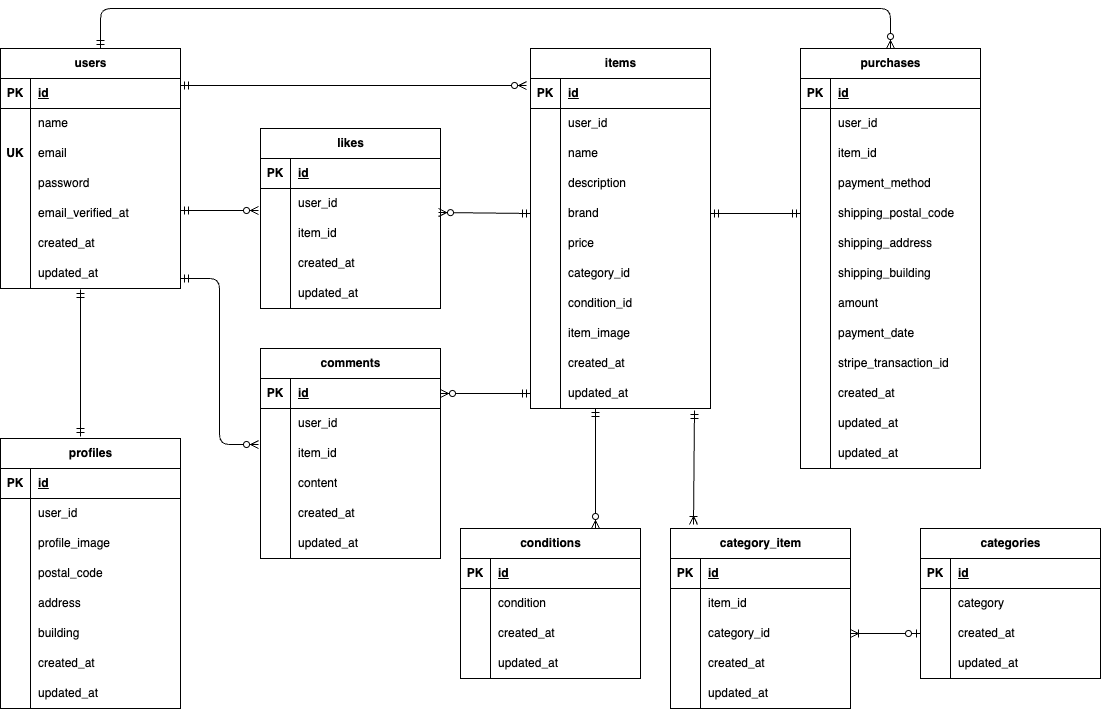
kvujic/flea-market-app keeps this draw.io diagram as src/er.drawio.png. Above is the earlier version. Source tidied: cells renumbered, new cells last; positions are measured from the earlier drawing's top-left corner, leaving out a move shared by most shapes.
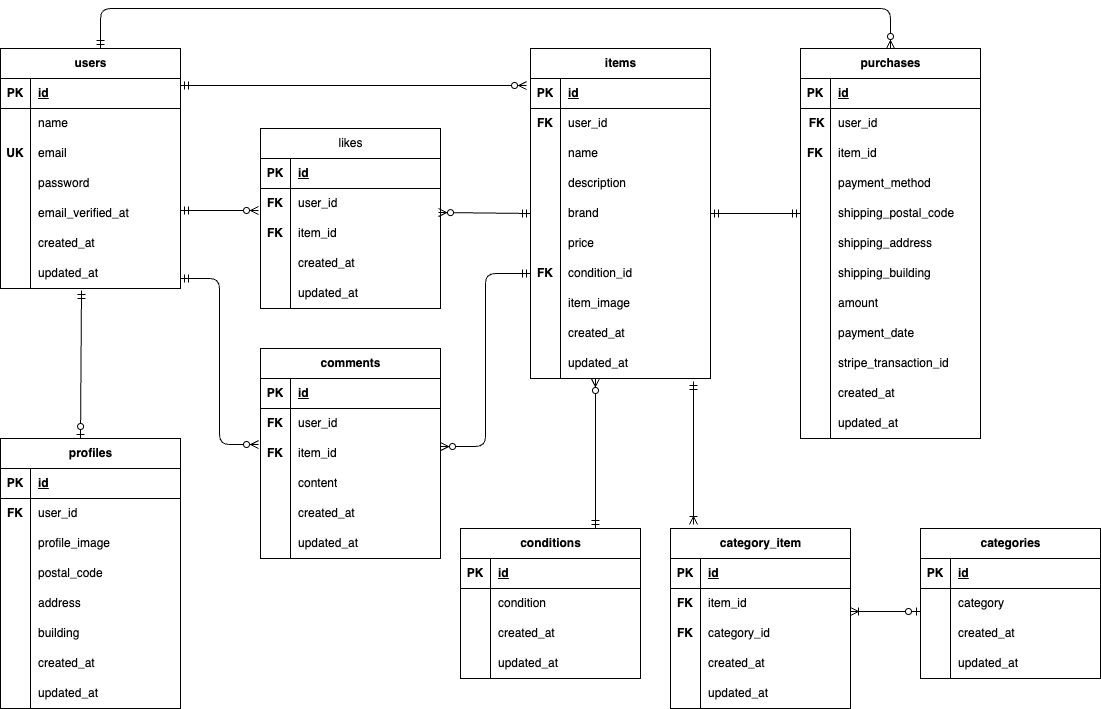
The same file after the commit.

What changed in the source:
```diff
@@ -83,7 +83,7 @@
     <mxCell id="28" style="shape=tableRow;horizontal=0;startSize=0;swimlaneHead=0;swimlaneBody=0;fillColor=none;top=0;left=0;right=0;bottom=0;" parent="24" vertex="1">
       <mxGeometry y="60" width="180" height="30" as="geometry" />
     </mxCell>
-    <mxCell id="29" style="shape=partialRectangle;fillColor=none;top=0;left=0;bottom=0;right=0;overflow=hidden;whiteSpace=wrap;html=1;" parent="28" vertex="1">
+    <mxCell id="29" value="FK" style="shape=partialRectangle;fillColor=none;top=0;left=0;bottom=0;right=0;overflow=hidden;whiteSpace=wrap;html=1;fontStyle=1;" parent="28" vertex="1">
       <mxGeometry width="30" height="30" as="geometry" />
     </mxCell>
     <mxCell id="30" value="user_id" style="shape=partialRectangle;fillColor=none;top=0;left=0;bottom=0;right=0;align=left;spacingLeft=6;overflow=hidden;whiteSpace=wrap;html=1;" parent="28" vertex="1">
@@ -144,7 +144,7 @@
       <mxGeometry x="30" width="150" height="30" as="geometry" />
     </mxCell>
     <mxCell id="49" value="items" style="shape=table;startSize=30;rowLines=0;fontStyle=1;align=center;html=1;" parent="1" vertex="1">
-      <mxGeometry x="530" y="40" width="180" height="360" as="geometry" />
+      <mxGeometry x="530" y="40" width="180" height="330" as="geometry" />
     </mxCell>
     <mxCell id="50" style="shape=tableRow;horizontal=0;startSize=0;swimlaneHead=0;swimlaneBody=0;fillColor=none;points=[[0,0.5],[1,0.5]];portConstraint=eastwest;top=0;left=0;right=0;bottom=1;" parent="49" vertex="1">
       <mxGeometry y="30" width="180" height="30" as="geometry" />
@@ -158,7 +158,7 @@
     <mxCell id="53" style="shape=tableRow;horizontal=0;startSize=0;swimlaneHead=0;swimlaneBody=0;fillColor=none;top=0;left=0;right=0;bottom=0;" parent="49" vertex="1">
       <mxGeometry y="60" width="180" height="30" as="geometry" />
     </mxCell>
-    <mxCell id="54" style="shape=partialRectangle;fillColor=none;top=0;left=0;bottom=0;right=0;overflow=hidden;whiteSpace=wrap;html=1;" parent="53" vertex="1">
+    <mxCell id="54" value="&lt;b&gt;FK&lt;/b&gt;" style="shape=partialRectangle;fillColor=none;top=0;left=0;bottom=0;right=0;overflow=hidden;whiteSpace=wrap;html=1;" parent="53" vertex="1">
       <mxGeometry width="30" height="30" as="geometry" />
     </mxCell>
     <mxCell id="55" value="user_id" style="shape=partialRectangle;fillColor=none;top=0;left=0;bottom=0;right=0;align=left;spacingLeft=6;overflow=hidden;whiteSpace=wrap;html=1;" parent="53" vertex="1">
@@ -200,26 +200,17 @@
     <mxCell id="67" value="price" style="shape=partialRectangle;fillColor=none;top=0;left=0;bottom=0;right=0;align=left;spacingLeft=6;overflow=hidden;whiteSpace=wrap;html=1;" parent="65" vertex="1">
       <mxGeometry x="30" width="150" height="30" as="geometry" />
     </mxCell>
-    <mxCell id="68" style="shape=tableRow;horizontal=0;startSize=0;swimlaneHead=0;swimlaneBody=0;fillColor=none;points=[[0,0.5],[1,0.5]];portConstraint=eastwest;top=0;left=0;right=0;bottom=0;" parent="49" vertex="1">
-      <mxGeometry y="210" width="180" height="30" as="geometry" />
-    </mxCell>
-    <mxCell id="69" style="shape=partialRectangle;fillColor=none;top=0;left=0;bottom=0;right=0;overflow=hidden;whiteSpace=wrap;html=1;" parent="68" vertex="1">
-      <mxGeometry width="30" height="30" as="geometry" />
-    </mxCell>
-    <mxCell id="70" value="category_id" style="shape=partialRectangle;fillColor=none;top=0;left=0;bottom=0;right=0;align=left;spacingLeft=6;overflow=hidden;whiteSpace=wrap;html=1;" parent="68" vertex="1">
-      <mxGeometry x="30" width="150" height="30" as="geometry" />
-    </mxCell>
     <mxCell id="71" style="shape=tableRow;horizontal=0;startSize=0;swimlaneHead=0;swimlaneBody=0;fillColor=none;points=[[0,0.5],[1,0.5]];portConstraint=eastwest;top=0;left=0;right=0;bottom=0;" parent="49" vertex="1">
-      <mxGeometry y="240" width="180" height="30" as="geometry" />
+      <mxGeometry y="210" width="180" height="30" as="geometry" />
     </mxCell>
-    <mxCell id="72" style="shape=partialRectangle;fillColor=none;top=0;left=0;bottom=0;right=0;overflow=hidden;whiteSpace=wrap;html=1;" parent="71" vertex="1">
+    <mxCell id="72" value="FK" style="shape=partialRectangle;fillColor=none;top=0;left=0;bottom=0;right=0;overflow=hidden;whiteSpace=wrap;html=1;fontStyle=1;" parent="71" vertex="1">
       <mxGeometry width="30" height="30" as="geometry" />
     </mxCell>
     <mxCell id="73" value="condition_id" style="shape=partialRectangle;fillColor=none;top=0;left=0;bottom=0;right=0;align=left;spacingLeft=6;overflow=hidden;whiteSpace=wrap;html=1;" parent="71" vertex="1">
       <mxGeometry x="30" width="150" height="30" as="geometry" />
     </mxCell>
     <mxCell id="74" style="shape=tableRow;horizontal=0;startSize=0;swimlaneHead=0;swimlaneBody=0;fillColor=none;top=0;left=0;right=0;bottom=0;" parent="49" vertex="1">
-      <mxGeometry y="270" width="180" height="30" as="geometry" />
+      <mxGeometry y="240" width="180" height="30" as="geometry" />
     </mxCell>
     <mxCell id="75" style="shape=partialRectangle;fillColor=none;top=0;left=0;bottom=0;right=0;overflow=hidden;whiteSpace=wrap;html=1;" parent="74" vertex="1">
       <mxGeometry width="30" height="30" as="geometry" />
@@ -228,7 +219,7 @@
       <mxGeometry x="30" width="150" height="30" as="geometry" />
     </mxCell>
     <mxCell id="77" style="shape=tableRow;horizontal=0;startSize=0;swimlaneHead=0;swimlaneBody=0;fillColor=none;top=0;left=0;right=0;bottom=0;" parent="49" vertex="1">
-      <mxGeometry y="300" width="180" height="30" as="geometry" />
+      <mxGeometry y="270" width="180" height="30" as="geometry" />
     </mxCell>
     <mxCell id="78" style="shape=partialRectangle;fillColor=none;top=0;left=0;bottom=0;right=0;overflow=hidden;whiteSpace=wrap;html=1;" parent="77" vertex="1">
       <mxGeometry width="30" height="30" as="geometry" />
@@ -237,7 +228,7 @@
       <mxGeometry x="30" width="150" height="30" as="geometry" />
     </mxCell>
     <mxCell id="80" style="shape=tableRow;horizontal=0;startSize=0;swimlaneHead=0;swimlaneBody=0;fillColor=none;points=[[0,0.5],[1,0.5]];portConstraint=eastwest;top=0;left=0;right=0;bottom=0;" parent="49" vertex="1">
-      <mxGeometry y="330" width="180" height="30" as="geometry" />
+      <mxGeometry y="300" width="180" height="30" as="geometry" />
     </mxCell>
     <mxCell id="81" style="shape=partialRectangle;fillColor=none;top=0;left=0;bottom=0;right=0;overflow=hidden;whiteSpace=wrap;html=1;" parent="80" vertex="1">
       <mxGeometry width="30" height="30" as="geometry" />
@@ -284,7 +275,7 @@
     <mxCell id="95" value="updated_at" style="shape=partialRectangle;fillColor=none;top=0;left=0;bottom=0;right=0;align=left;spacingLeft=6;overflow=hidden;whiteSpace=wrap;html=1;" parent="93" vertex="1">
       <mxGeometry x="30" width="150" height="30" as="geometry" />
     </mxCell>
-    <mxCell id="96" value="likes" style="shape=table;startSize=30;rowLines=0;fontStyle=1;align=center;html=1;" parent="1" vertex="1">
+    <mxCell id="96" value="likes" style="shape=table;startSize=30;rowLines=0;fontStyle=0;align=center;html=1;" parent="1" vertex="1">
       <mxGeometry x="260" y="120" width="180" height="180" as="geometry" />
     </mxCell>
     <mxCell id="97" style="shape=tableRow;horizontal=0;startSize=0;swimlaneHead=0;swimlaneBody=0;fillColor=none;top=0;left=0;right=0;bottom=1;" parent="96" vertex="1">
@@ -299,7 +290,7 @@
     <mxCell id="100" style="shape=tableRow;horizontal=0;startSize=0;swimlaneHead=0;swimlaneBody=0;fillColor=none;points=[[0,0.5],[1,0.5]];portConstraint=eastwest;top=0;left=0;right=0;bottom=0;" parent="96" vertex="1">
       <mxGeometry y="60" width="180" height="30" as="geometry" />
     </mxCell>
-    <mxCell id="101" style="shape=partialRectangle;fillColor=none;top=0;left=0;bottom=0;right=0;overflow=hidden;whiteSpace=wrap;html=1;" parent="100" vertex="1">
+    <mxCell id="101" value="FK" style="shape=partialRectangle;fillColor=none;top=0;left=0;bottom=0;right=0;overflow=hidden;whiteSpace=wrap;html=1;fontStyle=1;" parent="100" vertex="1">
       <mxGeometry width="30" height="30" as="geometry" />
     </mxCell>
     <mxCell id="102" value="user_id" style="shape=partialRectangle;fillColor=none;top=0;left=0;bottom=0;right=0;align=left;spacingLeft=6;overflow=hidden;whiteSpace=wrap;html=1;" parent="100" vertex="1">
@@ -308,7 +299,7 @@
     <mxCell id="103" style="shape=tableRow;horizontal=0;startSize=0;swimlaneHead=0;swimlaneBody=0;fillColor=none;top=0;left=0;right=0;bottom=0;" parent="96" vertex="1">
       <mxGeometry y="90" width="180" height="30" as="geometry" />
     </mxCell>
-    <mxCell id="104" style="shape=partialRectangle;fillColor=none;top=0;left=0;bottom=0;right=0;overflow=hidden;whiteSpace=wrap;html=1;" parent="103" vertex="1">
+    <mxCell id="104" value="FK" style="shape=partialRectangle;fillColor=none;top=0;left=0;bottom=0;right=0;overflow=hidden;whiteSpace=wrap;html=1;fontStyle=1;" parent="103" vertex="1">
       <mxGeometry width="30" height="30" as="geometry" />
     </mxCell>
     <mxCell id="105" value="item_id" style="shape=partialRectangle;fillColor=none;top=0;left=0;bottom=0;right=0;align=left;spacingLeft=6;overflow=hidden;whiteSpace=wrap;html=1;" parent="103" vertex="1">
@@ -332,8 +323,10 @@
     <mxCell id="111" value="updated_at" style="shape=partialRectangle;fillColor=none;top=0;left=0;bottom=0;right=0;align=left;spacingLeft=6;overflow=hidden;whiteSpace=wrap;html=1;" parent="109" vertex="1">
       <mxGeometry x="30" width="150" height="30" as="geometry" />
     </mxCell>
-    <mxCell id="112" style="edgeStyle=none;html=1;" parent="1" edge="1" source="65" target="68">
-      <mxGeometry relative="1" as="geometry" />
+    <mxCell id="112" style="edgeStyle=none;html=1;" parent="1" edge="1" source="65">
+      <mxGeometry relative="1" as="geometry">
+        <mxPoint x="620" y="250" as="targetPoint" />
+      </mxGeometry>
     </mxCell>
     <mxCell id="113" value="comments" style="shape=table;startSize=30;rowLines=0;fontStyle=1;align=center;html=1;" parent="1" vertex="1">
       <mxGeometry x="260" y="340" width="180" height="210" as="geometry" />
@@ -350,7 +343,7 @@
     <mxCell id="117" style="shape=tableRow;horizontal=0;startSize=0;swimlaneHead=0;swimlaneBody=0;fillColor=none;top=0;left=0;right=0;bottom=0;" parent="113" vertex="1">
       <mxGeometry y="60" width="180" height="30" as="geometry" />
     </mxCell>
-    <mxCell id="118" style="shape=partialRectangle;fillColor=none;top=0;left=0;bottom=0;right=0;overflow=hidden;whiteSpace=wrap;html=1;" parent="117" vertex="1">
+    <mxCell id="118" value="FK" style="shape=partialRectangle;fillColor=none;top=0;left=0;bottom=0;right=0;overflow=hidden;whiteSpace=wrap;html=1;fontStyle=1;" parent="117" vertex="1">
       <mxGeometry width="30" height="30" as="geometry" />
     </mxCell>
     <mxCell id="119" value="user_id" style="shape=partialRectangle;fillColor=none;top=0;left=0;bottom=0;right=0;align=left;spacingLeft=6;overflow=hidden;whiteSpace=wrap;html=1;" parent="117" vertex="1">
@@ -359,7 +352,7 @@
     <mxCell id="120" style="shape=tableRow;horizontal=0;startSize=0;swimlaneHead=0;swimlaneBody=0;fillColor=none;points=[[0,0.5],[1,0.5]];portConstraint=eastwest;top=0;left=0;right=0;bottom=0;" parent="113" vertex="1">
       <mxGeometry y="90" width="180" height="30" as="geometry" />
     </mxCell>
-    <mxCell id="121" style="shape=partialRectangle;fillColor=none;top=0;left=0;bottom=0;right=0;overflow=hidden;whiteSpace=wrap;html=1;" parent="120" vertex="1">
+    <mxCell id="121" value="FK" style="shape=partialRectangle;fillColor=none;top=0;left=0;bottom=0;right=0;overflow=hidden;whiteSpace=wrap;html=1;fontStyle=1;" parent="120" vertex="1">
       <mxGeometry width="30" height="30" as="geometry" />
     </mxCell>
     <mxCell id="122" value="item_id" style="shape=partialRectangle;fillColor=none;top=0;left=0;bottom=0;right=0;align=left;spacingLeft=6;overflow=hidden;whiteSpace=wrap;html=1;" parent="120" vertex="1">
@@ -446,7 +439,7 @@
     <mxCell id="149" style="shape=tableRow;horizontal=0;startSize=0;swimlaneHead=0;swimlaneBody=0;fillColor=none;top=0;left=0;right=0;bottom=0;" parent="145" vertex="1">
       <mxGeometry y="60" width="180" height="30" as="geometry" />
     </mxCell>
-    <mxCell id="150" style="shape=partialRectangle;fillColor=none;top=0;left=0;bottom=0;right=0;overflow=hidden;whiteSpace=wrap;html=1;" parent="149" vertex="1">
+    <mxCell id="150" value="FK" style="shape=partialRectangle;fillColor=none;top=0;left=0;bottom=0;right=0;overflow=hidden;whiteSpace=wrap;html=1;fontStyle=1;" parent="149" vertex="1">
       <mxGeometry width="30" height="30" as="geometry" />
     </mxCell>
     <mxCell id="151" value="item_id" style="shape=partialRectangle;fillColor=none;top=0;left=0;bottom=0;right=0;align=left;spacingLeft=6;overflow=hidden;whiteSpace=wrap;html=1;" parent="149" vertex="1">
@@ -455,7 +448,7 @@
     <mxCell id="152" style="shape=tableRow;horizontal=0;startSize=0;swimlaneHead=0;swimlaneBody=0;fillColor=none;points=[[0,0.5],[1,0.5]];portConstraint=eastwest;top=0;left=0;right=0;bottom=0;" parent="145" vertex="1">
       <mxGeometry y="90" width="180" height="30" as="geometry" />
     </mxCell>
-    <mxCell id="153" style="shape=partialRectangle;fillColor=none;top=0;left=0;bottom=0;right=0;overflow=hidden;whiteSpace=wrap;html=1;" parent="152" vertex="1">
+    <mxCell id="153" value="FK" style="shape=partialRectangle;fillColor=none;top=0;left=0;bottom=0;right=0;overflow=hidden;whiteSpace=wrap;html=1;fontStyle=1;" parent="152" vertex="1">
       <mxGeometry width="30" height="30" as="geometry" />
     </mxCell>
     <mxCell id="154" value="category_id" style="shape=partialRectangle;fillColor=none;top=0;left=0;bottom=0;right=0;align=left;spacingLeft=6;overflow=hidden;whiteSpace=wrap;html=1;" parent="152" vertex="1">
@@ -480,7 +473,7 @@
       <mxGeometry x="30" width="150" height="30" as="geometry" />
     </mxCell>
     <mxCell id="161" value="purchases" style="shape=table;startSize=30;rowLines=0;fontStyle=1;align=center;html=1;" parent="1" vertex="1">
-      <mxGeometry x="800" y="40" width="180" height="420" as="geometry" />
+      <mxGeometry x="800" y="40" width="180" height="390" as="geometry" />
     </mxCell>
     <mxCell id="162" style="shape=tableRow;horizontal=0;startSize=0;swimlaneHead=0;swimlaneBody=0;fillColor=none;top=0;left=0;right=0;bottom=1;" parent="161" vertex="1">
       <mxGeometry y="30" width="180" height="30" as="geometry" />
@@ -494,7 +487,7 @@
     <mxCell id="165" style="shape=tableRow;horizontal=0;startSize=0;swimlaneHead=0;swimlaneBody=0;fillColor=none;top=0;left=0;right=0;bottom=0;" parent="161" vertex="1">
       <mxGeometry y="60" width="180" height="30" as="geometry" />
     </mxCell>
-    <mxCell id="166" style="shape=partialRectangle;fillColor=none;top=0;left=0;bottom=0;right=0;overflow=hidden;whiteSpace=wrap;html=1;" parent="165" vertex="1">
+    <mxCell id="166" value="&amp;nbsp;FK" style="shape=partialRectangle;fillColor=none;top=0;left=0;bottom=0;right=0;overflow=hidden;whiteSpace=wrap;html=1;fontStyle=1;" parent="165" vertex="1">
       <mxGeometry width="30" height="30" as="geometry" />
     </mxCell>
     <mxCell id="167" value="user_id" style="shape=partialRectangle;fillColor=none;top=0;left=0;bottom=0;right=0;align=left;spacingLeft=6;overflow=hidden;whiteSpace=wrap;html=1;" parent="165" vertex="1">
@@ -503,7 +496,7 @@
     <mxCell id="168" style="shape=tableRow;horizontal=0;startSize=0;swimlaneHead=0;swimlaneBody=0;fillColor=none;top=0;left=0;right=0;bottom=0;" parent="161" vertex="1">
       <mxGeometry y="90" width="180" height="30" as="geometry" />
     </mxCell>
-    <mxCell id="169" style="shape=partialRectangle;fillColor=none;top=0;left=0;bottom=0;right=0;overflow=hidden;whiteSpace=wrap;html=1;" parent="168" vertex="1">
+    <mxCell id="169" value="FK" style="shape=partialRectangle;fillColor=none;top=0;left=0;bottom=0;right=0;overflow=hidden;whiteSpace=wrap;html=1;fontStyle=1;" parent="168" vertex="1">
       <mxGeometry width="30" height="30" as="geometry" />
     </mxCell>
     <mxCell id="170" value="item_id" style="shape=partialRectangle;fillColor=none;top=0;left=0;bottom=0;right=0;align=left;spacingLeft=6;overflow=hidden;whiteSpace=wrap;html=1;" parent="168" vertex="1">
@@ -590,29 +583,15 @@
     <mxCell id="197" value="updated_at" style="shape=partialRectangle;fillColor=none;top=0;left=0;bottom=0;right=0;align=left;spacingLeft=6;overflow=hidden;whiteSpace=wrap;html=1;" parent="195" vertex="1">
       <mxGeometry x="30" width="150" height="30" as="geometry" />
     </mxCell>
-    <mxCell id="198" style="shape=tableRow;horizontal=0;startSize=0;swimlaneHead=0;swimlaneBody=0;fillColor=none;top=0;left=0;right=0;bottom=0;" parent="161" vertex="1">
-      <mxGeometry y="390" width="180" height="30" as="geometry" />
-    </mxCell>
-    <mxCell id="199" style="shape=partialRectangle;fillColor=none;top=0;left=0;bottom=0;right=0;overflow=hidden;whiteSpace=wrap;html=1;" parent="198" vertex="1">
-      <mxGeometry width="30" height="30" as="geometry" />
-    </mxCell>
-    <mxCell id="200" value="updated_at" style="shape=partialRectangle;fillColor=none;top=0;left=0;bottom=0;right=0;align=left;spacingLeft=6;overflow=hidden;whiteSpace=wrap;html=1;" parent="198" vertex="1">
-      <mxGeometry x="30" width="150" height="30" as="geometry" />
-    </mxCell>
     <mxCell id="201" style="edgeStyle=entityRelationEdgeStyle;fontSize=12;html=1;endArrow=ERzeroToMany;startArrow=ERmandOne;exitX=1;exitY=0.233;exitDx=0;exitDy=0;exitPerimeter=0;entryX=-0.022;entryY=0.233;entryDx=0;entryDy=0;entryPerimeter=0;" parent="1" edge="1" source="3" target="50">
       <mxGeometry relative="1" as="geometry" />
     </mxCell>
-    <mxCell id="202" style="fontSize=12;html=1;endArrow=ERzeroToMany;startArrow=ERmandOne;exitX=0;exitY=0.5;exitDx=0;exitDy=0;entryX=1;entryY=0.5;entryDx=0;entryDy=0;" parent="1" edge="1" source="80" target="114">
+    <mxCell id="202" style="fontSize=12;html=1;endArrow=ERzeroToMany;startArrow=ERmandOne;exitX=0;exitY=0.5;exitDx=0;exitDy=0;entryX=1;entryY=0.267;entryDx=0;entryDy=0;edgeStyle=orthogonalEdgeStyle;entryPerimeter=0;" parent="1" edge="1" source="71" target="120">
       <mxGeometry relative="1" as="geometry" />
     </mxCell>
     <mxCell id="203" style="fontSize=12;html=1;endArrow=ERzeroToMany;startArrow=ERmandOne;exitX=0;exitY=0.5;exitDx=0;exitDy=0;entryX=0.989;entryY=0.8;entryDx=0;entryDy=0;entryPerimeter=0;" parent="1" edge="1" source="62" target="100">
       <mxGeometry relative="1" as="geometry" />
     </mxCell>
-    <mxCell id="204" style="fontSize=12;html=1;endArrow=ERmandOne;startArrow=ERmandOne;exitX=0.444;exitY=-0.007;exitDx=0;exitDy=0;exitPerimeter=0;" parent="1" edge="1" source="24">
-      <mxGeometry relative="1" as="geometry">
-        <mxPoint x="80" y="281" as="targetPoint" />
-      </mxGeometry>
-    </mxCell>
     <mxCell id="205" style="fontSize=12;html=1;endArrow=ERzeroToMany;startArrow=ERmandOne;entryX=-0.011;entryY=0.733;entryDx=0;entryDy=0;entryPerimeter=0;" parent="1" edge="1" target="100">
       <mxGeometry relative="1" as="geometry">
         <mxPoint x="180" y="202" as="sourcePoint" />
@@ -630,19 +609,27 @@
         </Array>
       </mxGeometry>
     </mxCell>
-    <mxCell id="208" style="fontSize=12;html=1;endArrow=ERoneToMany;startArrow=ERmandOne;exitX=0.911;exitY=1.067;exitDx=0;exitDy=0;exitPerimeter=0;" parent="1" edge="1" source="80">
+    <mxCell id="208" style="fontSize=12;html=1;endArrow=ERoneToMany;startArrow=ERmandOne;exitX=0.911;exitY=1.067;exitDx=0;exitDy=0;exitPerimeter=0;" parent="1" edge="1">
       <mxGeometry relative="1" as="geometry">
+        <mxPoint x="693" y="373" as="sourcePoint" />
         <mxPoint x="693" y="516" as="targetPoint" />
       </mxGeometry>
     </mxCell>
     <mxCell id="209" style="fontSize=12;html=1;endArrow=ERmandOne;startArrow=ERmandOne;entryX=0;entryY=0.5;entryDx=0;entryDy=0;exitX=1;exitY=0.5;exitDx=0;exitDy=0;" parent="1" edge="1" source="62" target="174">
       <mxGeometry relative="1" as="geometry" />
     </mxCell>
-    <mxCell id="210" style="fontSize=12;html=1;endArrow=ERzeroToMany;startArrow=ERmandOne;entryX=0.75;entryY=0;entryDx=0;entryDy=0;exitX=0.361;exitY=1;exitDx=0;exitDy=0;exitPerimeter=0;" parent="1" edge="1" source="80" target="132">
+    <mxCell id="210" style="fontSize=12;html=1;endArrow=ERzeroToMany;startArrow=ERmandOne;entryX=0.361;entryY=1;entryDx=0;entryDy=0;exitX=0.75;exitY=0;exitDx=0;exitDy=0;entryPerimeter=0;" parent="1" edge="1" source="132" target="80">
       <mxGeometry relative="1" as="geometry" />
     </mxCell>
-    <mxCell id="211" style="fontSize=12;html=1;endArrow=ERoneToMany;startArrow=ERzeroToOne;entryX=1;entryY=0.5;entryDx=0;entryDy=0;exitX=0;exitY=0.5;exitDx=0;exitDy=0;" parent="1" edge="1" source="90" target="152">
-      <mxGeometry relative="1" as="geometry" />
-    </mxCell>
+    <mxCell id="212" style="fontSize=12;html=1;endArrow=ERoneToMany;startArrow=ERzeroToOne;exitX=0;exitY=0.767;exitDx=0;exitDy=0;exitPerimeter=0;" parent="1" edge="1" source="87">
+      <mxGeometry relative="1" as="geometry">
+        <mxPoint x="850" y="603" as="targetPoint" />
+      </mxGeometry>
+    </mxCell>
+    <mxCell id="213" style="fontSize=12;html=1;endArrow=ERzeroToOne;startArrow=ERmandOne;exitX=0.45;exitY=1.067;exitDx=0;exitDy=0;exitPerimeter=0;" parent="1" edge="1" source="21">
+      <mxGeometry relative="1" as="geometry">
+        <mxPoint x="80" y="430" as="targetPoint" />
+      </mxGeometry>
+    </mxCell>
   </root>
 </mxGraphModel>
```
